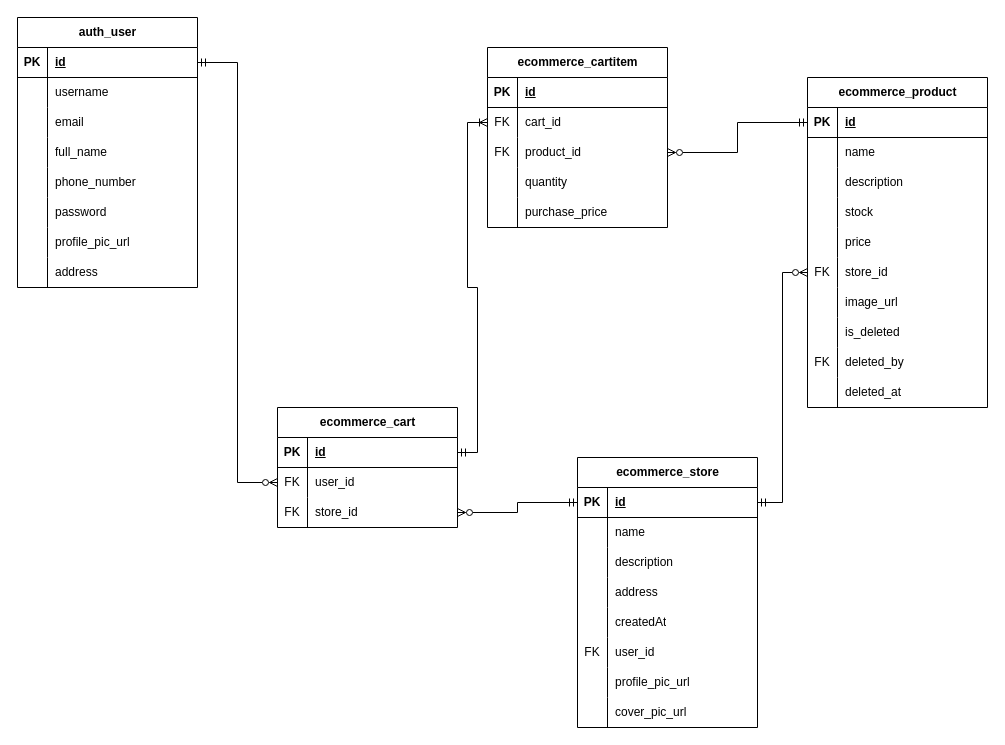
Above: page "Add products to cart" (2 of 5) of diagrams/e-commerce-entity-relationship-diagram.drawio in RHILIUS/E-Commerce-Docs (draw.io), before the change. Source tidied: cells renumbered, new cells numbered last; positions are measured from the earlier drawing's top-left corner, leaving out a move shared by most shapes. Both pictures are drawn from the tidied source at 100%, with x=0, y=0 at pixel (17, 17).
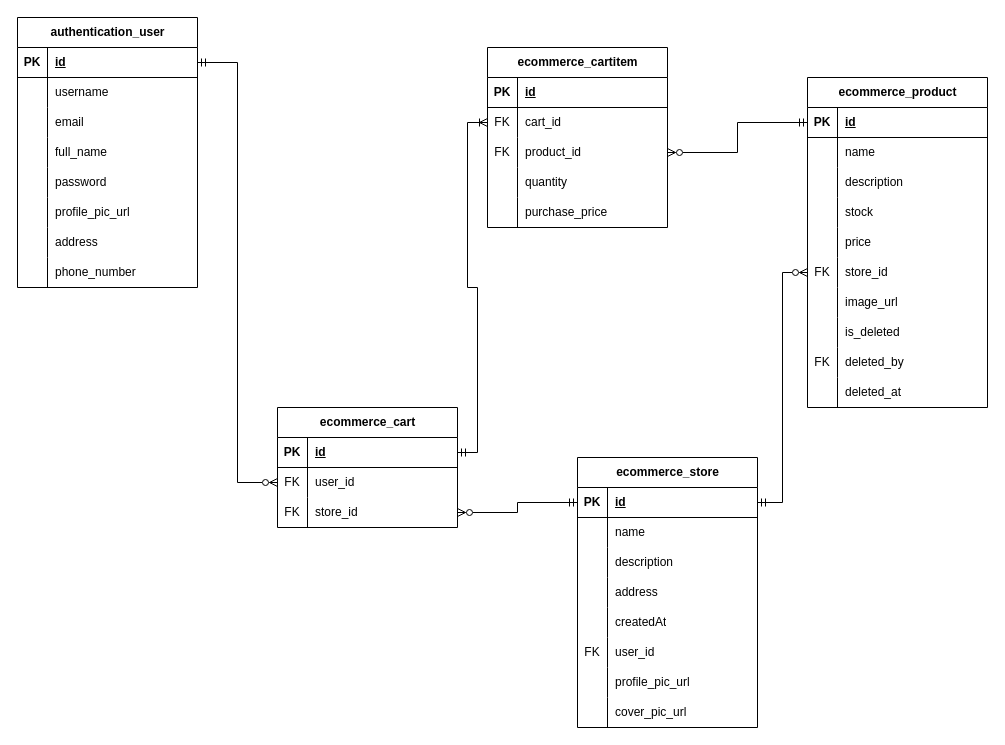
The same diagram, later.

The edit, as a diff of the source:
```diff
@@
-    <mxCell id="43" value="auth_user" style="shape=table;startSize=30;childLayout=tableLayout;rowLines=0;fontStyle=1;align=center;html=1;" parent="1" vertex="1">
+    <mxCell id="43" value="&lt;span&gt;&lt;font style=&quot;color: rgb(0, 0, 0);&quot;&gt;authentication_user&lt;/font&gt;&lt;/span&gt;" style="shape=table;startSize=30;childLayout=tableLayout;rowLines=0;fontStyle=1;align=center;html=1;" parent="1" vertex="1">
       <mxGeometry width="180" height="270" as="geometry" />
     </mxCell>
@@
-    <mxCell id="56" style="shape=tableRow;horizontal=0;startSize=0;swimlaneHead=0;swimlaneBody=0;fillColor=none;top=0;left=0;right=0;bottom=0;" parent="43" vertex="1">
-      <mxGeometry y="150" width="180" height="30" as="geometry" />
-    </mxCell>
-    <mxCell id="57" style="shape=partialRectangle;fillColor=none;top=0;left=0;bottom=0;right=0;overflow=hidden;whiteSpace=wrap;html=1;" parent="56" vertex="1">
-      <mxGeometry width="30" height="30" as="geometry" />
-    </mxCell>
-    <mxCell id="58" value="phone_number" style="shape=partialRectangle;fillColor=none;top=0;left=0;bottom=0;right=0;align=left;spacingLeft=6;overflow=hidden;whiteSpace=wrap;html=1;" parent="56" vertex="1">
-      <mxGeometry x="30" width="150" height="30" as="geometry" />
-    </mxCell>
     <mxCell id="59" style="shape=tableRow;horizontal=0;startSize=0;swimlaneHead=0;swimlaneBody=0;fillColor=none;top=0;left=0;right=0;bottom=0;" parent="43" vertex="1">
-      <mxGeometry y="180" width="180" height="30" as="geometry" />
+      <mxGeometry y="150" width="180" height="30" as="geometry" />
     </mxCell>
@@
     <mxCell id="62" style="shape=tableRow;horizontal=0;startSize=0;swimlaneHead=0;swimlaneBody=0;fillColor=none;top=0;left=0;right=0;bottom=0;" parent="43" vertex="1">
-      <mxGeometry y="210" width="180" height="30" as="geometry" />
+      <mxGeometry y="180" width="180" height="30" as="geometry" />
     </mxCell>
@@
     <mxCell id="65" style="shape=tableRow;horizontal=0;startSize=0;swimlaneHead=0;swimlaneBody=0;fillColor=none;top=0;left=0;right=0;bottom=0;" parent="43" vertex="1">
-      <mxGeometry y="240" width="180" height="30" as="geometry" />
+      <mxGeometry y="210" width="180" height="30" as="geometry" />
     </mxCell>
@@
+    <mxCell id="114" style="shape=tableRow;horizontal=0;startSize=0;swimlaneHead=0;swimlaneBody=0;fillColor=none;top=0;left=0;right=0;bottom=0;" parent="43" vertex="1">
+      <mxGeometry y="240" width="180" height="30" as="geometry" />
+    </mxCell>
+    <mxCell id="57" style="shape=partialRectangle;fillColor=none;top=0;left=0;bottom=0;right=0;overflow=hidden;whiteSpace=wrap;html=1;" parent="114" vertex="1">
+      <mxGeometry width="30" height="30" as="geometry" />
+    </mxCell>
+    <mxCell id="58" value="phone_number" style="shape=partialRectangle;fillColor=none;top=0;left=0;bottom=0;right=0;align=left;spacingLeft=6;overflow=hidden;whiteSpace=wrap;html=1;" parent="114" vertex="1">
+      <mxGeometry x="30" width="150" height="30" as="geometry" />
+    </mxCell>
```
